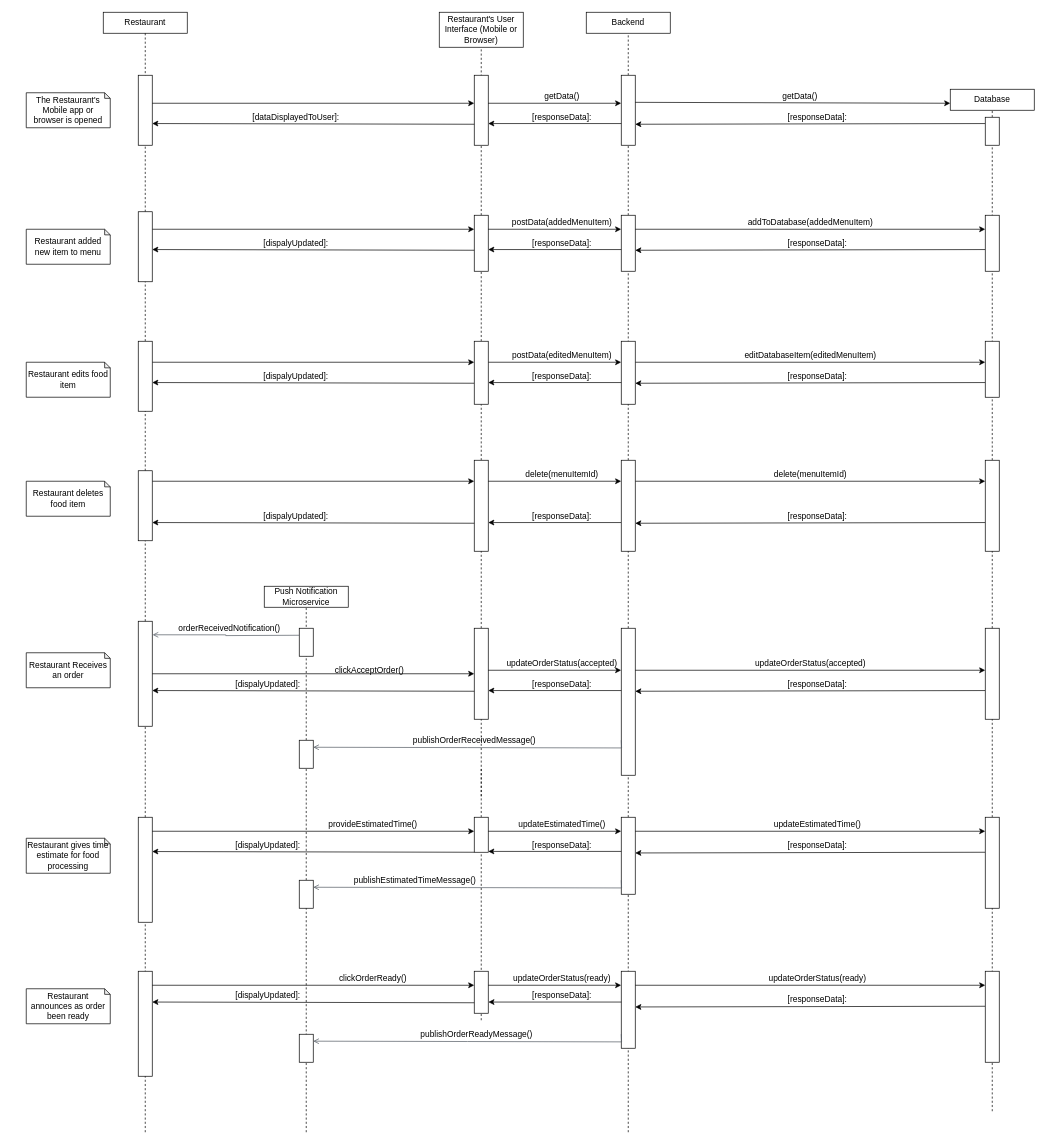
This is Untitled Diagram.drawio from jahan19011noor/university_project, a draw.io file, before an edit. Source tidied: cells renumbered, new cells numbered last; positions are measured from the earlier drawing's top-left corner, leaving out a move shared by most shapes. Both pictures are drawn from the tidied source at 70%, with x=0, y=0 at pixel (26, 12).
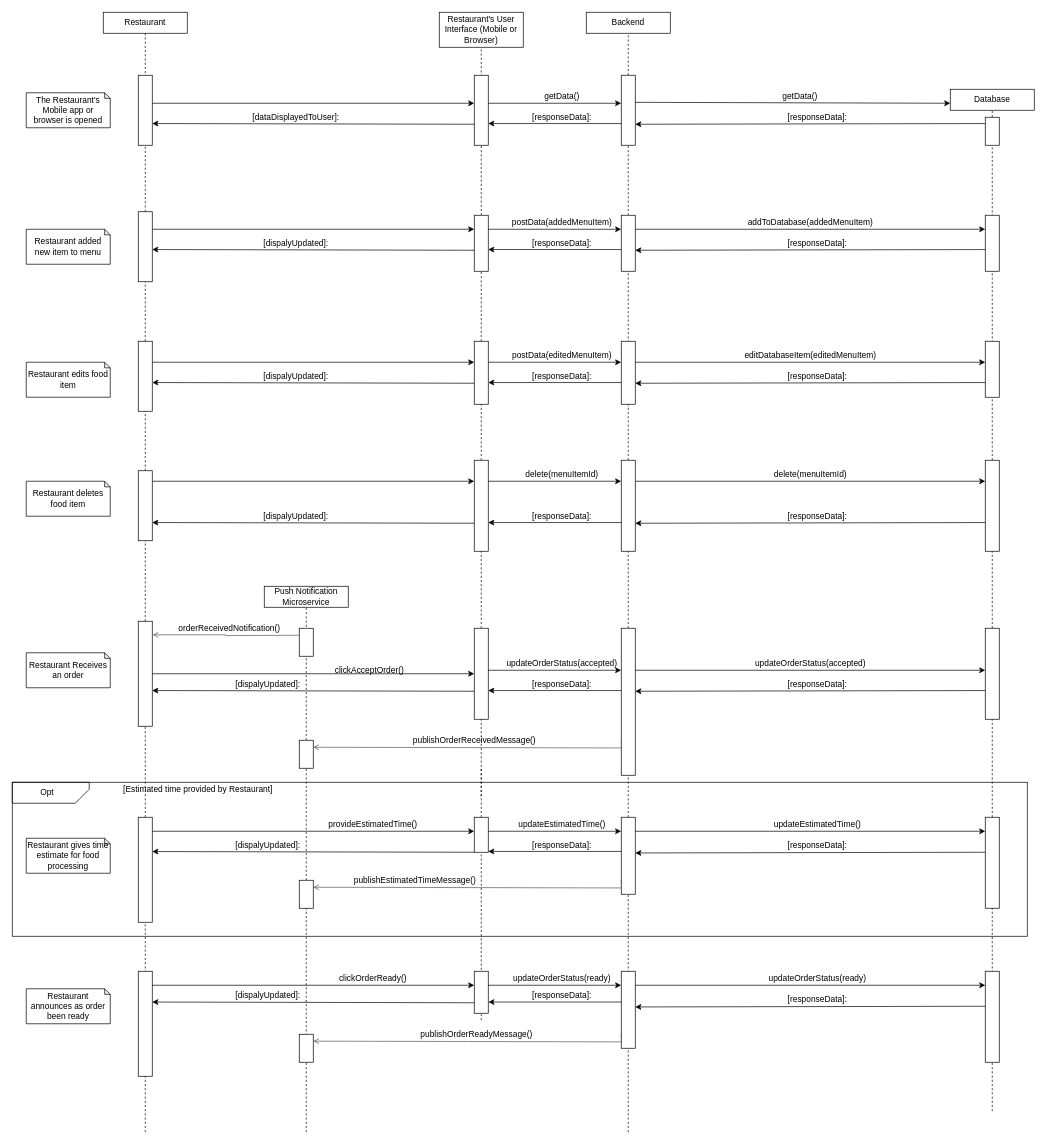
Above is the later version.

Change to the diagram source:
```diff
@@
+    <mxCell id="171" style="rounded=0;whiteSpace=wrap;html=1;fillColor=none;" parent="1" vertex="1">
+      <mxGeometry x="-20" y="1100" width="1450" height="220" as="geometry" />
+    </mxCell>
+    <mxCell id="172" style="shape=card;whiteSpace=wrap;html=1;fillColor=none;rotation=-180;size=20;" parent="1" vertex="1">
+      <mxGeometry x="-20" y="1100" width="110" height="30" as="geometry" />
+    </mxCell>
+    <mxCell id="173" value="Opt" style="text;html=1;strokeColor=none;fillColor=none;align=center;verticalAlign=middle;whiteSpace=wrap;rounded=0;" parent="1" vertex="1">
+      <mxGeometry y="1100" width="60" height="30" as="geometry" />
+    </mxCell>
+    <mxCell id="174" value="[Estimated time provided by Restaurant]" style="text;html=1;align=center;verticalAlign=middle;strokeColor=none;fillColor=none;" parent="1" vertex="1">
+      <mxGeometry x="130" y="1100" width="230" height="20" as="geometry" />
+    </mxCell>
```
